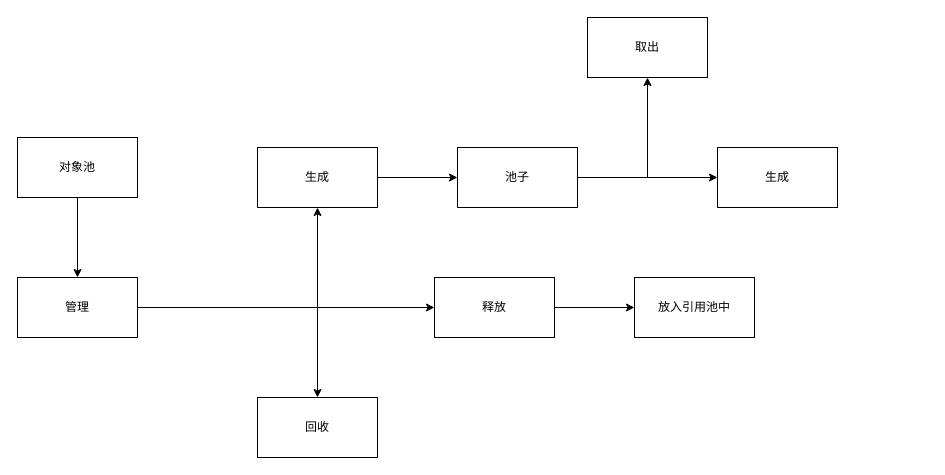
Before: 对象池.drawio in xzp3094997376/DrawIO, a draw.io diagram. Source tidied: cells renumbered, new cells numbered last; positions are measured from the earlier drawing's top-left corner, leaving out a move shared by most shapes. Both pictures are drawn from the tidied source at 100%, with x=0, y=0 at pixel (17, 17).
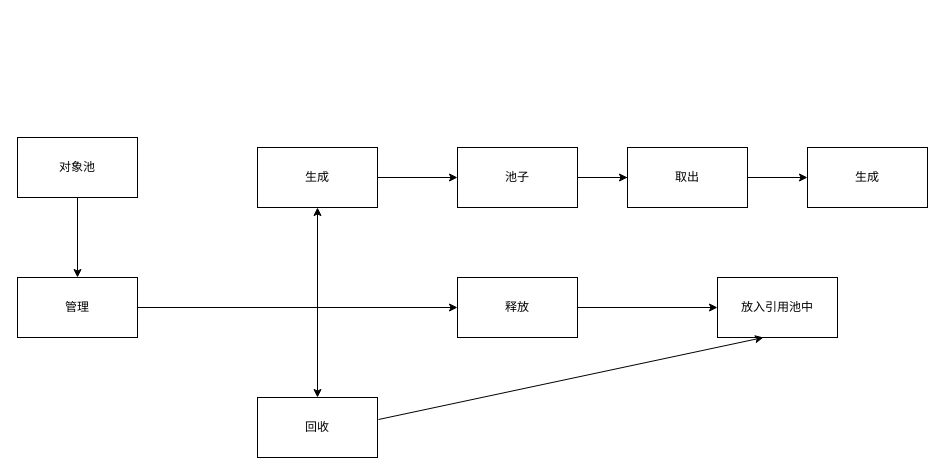
Above is the later version.

Change to the diagram source:
```diff
@@
 <mxGraphModel>
   <root>
     <mxCell id="0" />
     <mxCell id="1" parent="0" />
     <mxCell id="2" style="edgeStyle=orthogonalEdgeStyle;rounded=0;jettySize=auto;html=1;" parent="1" edge="1" source="3" target="7">
       <mxGeometry relative="1" as="geometry" />
     </mxCell>
     <mxCell id="3" value="对象池" style="rounded=0;whiteSpace=wrap;html=1;" parent="1" vertex="1">
       <mxGeometry y="120" width="120" height="60" as="geometry" />
     </mxCell>
     <mxCell id="4" style="edgeStyle=orthogonalEdgeStyle;rounded=0;jettySize=auto;html=1;" parent="1" edge="1" source="7" target="9">
       <mxGeometry relative="1" as="geometry" />
     </mxCell>
     <mxCell id="5" style="edgeStyle=orthogonalEdgeStyle;rounded=0;jettySize=auto;html=1;" parent="1" edge="1" source="7" target="10">
       <mxGeometry relative="1" as="geometry" />
     </mxCell>
     <mxCell id="6" style="edgeStyle=orthogonalEdgeStyle;rounded=0;jettySize=auto;html=1;" parent="1" edge="1" source="7" target="12">
       <mxGeometry relative="1" as="geometry" />
     </mxCell>
     <mxCell id="7" value="管理" style="rounded=0;whiteSpace=wrap;html=1;" parent="1" vertex="1">
       <mxGeometry y="260" width="120" height="60" as="geometry" />
     </mxCell>
     <mxCell id="8" style="edgeStyle=orthogonalEdgeStyle;rounded=0;jettySize=auto;html=1;" parent="1" edge="1" source="9" target="16">
       <mxGeometry relative="1" as="geometry" />
     </mxCell>
     <mxCell id="9" value="生成" style="whiteSpace=wrap;html=1;rounded=0;" parent="1" vertex="1">
       <mxGeometry x="240" y="130" width="120" height="60" as="geometry" />
     </mxCell>
     <mxCell id="10" value="回收" style="whiteSpace=wrap;html=1;rounded=0;" parent="1" vertex="1">
       <mxGeometry x="240" y="380" width="120" height="60" as="geometry" />
     </mxCell>
     <mxCell id="11" style="edgeStyle=orthogonalEdgeStyle;rounded=0;jettySize=auto;html=1;" parent="1" edge="1" source="12" target="13">
       <mxGeometry relative="1" as="geometry" />
     </mxCell>
     <mxCell id="12" value="释放" style="whiteSpace=wrap;html=1;rounded=0;" parent="1" vertex="1">
-      <mxGeometry x="417" y="260" width="120" height="60" as="geometry" />
+      <mxGeometry x="440" y="260" width="120" height="60" as="geometry" />
     </mxCell>
     <mxCell id="13" value="放入引用池中" style="whiteSpace=wrap;html=1;rounded=0;" parent="1" vertex="1">
-      <mxGeometry x="617" y="260" width="120" height="60" as="geometry" />
+      <mxGeometry x="700" y="260" width="120" height="60" as="geometry" />
     </mxCell>
     <mxCell id="14" style="edgeStyle=orthogonalEdgeStyle;rounded=0;jettySize=auto;html=1;" parent="1" edge="1" source="16" target="17">
       <mxGeometry relative="1" as="geometry" />
     </mxCell>
     <mxCell id="15" style="edgeStyle=orthogonalEdgeStyle;rounded=0;jettySize=auto;html=1;" parent="1" edge="1" source="16" target="18">
       <mxGeometry relative="1" as="geometry" />
     </mxCell>
     <mxCell id="16" value="池子" style="whiteSpace=wrap;html=1;rounded=0;" parent="1" vertex="1">
       <mxGeometry x="440" y="130" width="120" height="60" as="geometry" />
     </mxCell>
     <mxCell id="17" value="取出" style="whiteSpace=wrap;html=1;rounded=0;" parent="1" vertex="1">
-      <mxGeometry x="570" width="120" height="60" as="geometry" />
+      <mxGeometry x="610" y="130" width="120" height="60" as="geometry" />
     </mxCell>
     <mxCell id="18" value="生成" style="whiteSpace=wrap;html=1;rounded=0;" parent="1" vertex="1">
-      <mxGeometry x="700" y="130" width="120" height="60" as="geometry" />
+      <mxGeometry x="790" y="130" width="120" height="60" as="geometry" />
     </mxCell>
+    <mxCell id="19" style="endArrow=classic;html=1;rounded=0;exitX=1.008;exitY=0.367;exitDx=0;exitDy=0;exitPerimeter=0;entryX=0.383;entryY=1;entryDx=0;entryDy=0;entryPerimeter=0;" parent="1" edge="1" source="10" target="13">
+      <mxGeometry relative="1" as="geometry" />
+    </mxCell>
   </root>
 </mxGraphModel>
```
